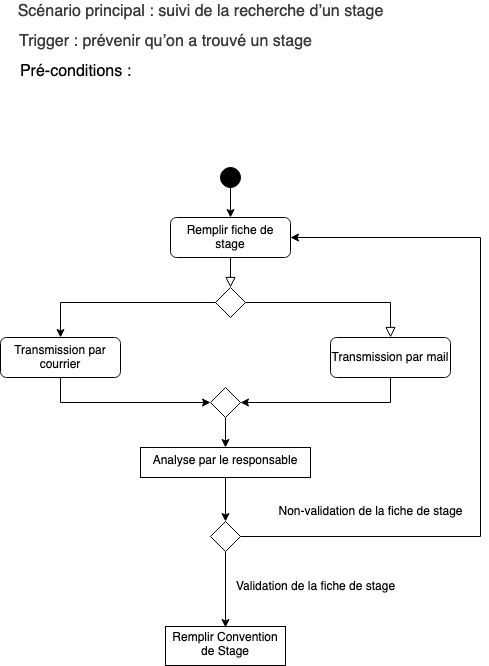
The draw.io diagram scenario.drawio.png in adamspd/outils-ingenierie, before a commit. Source tidied: cells renumbered, new cells last; positions are measured from the earlier drawing's top-left corner, leaving out a move shared by most shapes.
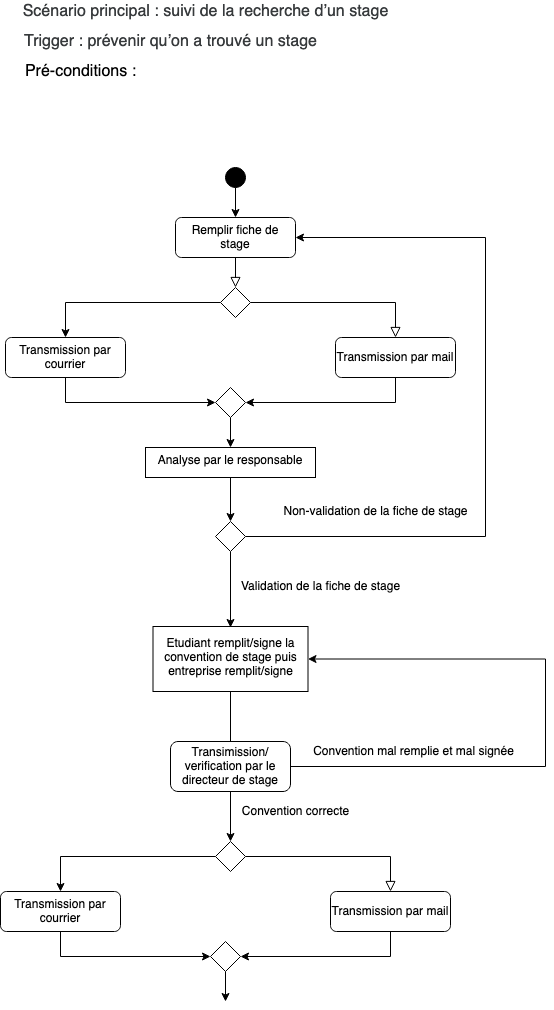
The same file after the commit.

Diff of the diagram source:
```diff
@@ -74,8 +74,8 @@
     <mxCell id="21" value="&lt;font size=&quot;3&quot;&gt;Pré-conditions : &lt;br&gt;&lt;/font&gt;" style="text;html=1;align=center;verticalAlign=middle;strokeColor=none;fillColor=none;" parent="1" vertex="1">
       <mxGeometry x="10" y="60" width="130" height="20" as="geometry" />
     </mxCell>
-    <mxCell id="22" value="Remplir Convention de Stage" style="whiteSpace=wrap;html=1;shadow=0;strokeWidth=1;spacing=6;spacingTop=-4;" parent="1" vertex="1">
-      <mxGeometry x="165" y="625" width="120" height="39" as="geometry" />
+    <mxCell id="22" value="Etudiant remplit/signe la convention de stage puis entreprise remplit/signe" style="whiteSpace=wrap;html=1;shadow=0;strokeWidth=1;spacing=6;spacingTop=-4;" parent="1" vertex="1">
+      <mxGeometry x="147.5" y="625" width="155" height="65" as="geometry" />
     </mxCell>
     <mxCell id="23" value="&lt;div&gt;Validation de la fiche de stage &lt;br&gt;&lt;/div&gt;" style="text;html=1;align=center;verticalAlign=middle;strokeColor=none;fillColor=none;" parent="1" vertex="1">
       <mxGeometry x="230" y="575" width="170" height="20" as="geometry" />
@@ -86,5 +86,64 @@
     <mxCell id="25" value="Analyse par le responsable" style="whiteSpace=wrap;html=1;shadow=0;strokeWidth=1;spacing=6;spacingTop=-4;" parent="1" vertex="1">
       <mxGeometry x="140" y="446" width="170" height="30" as="geometry" />
     </mxCell>
+    <mxCell id="26" style="edgeStyle=orthogonalEdgeStyle;rounded=0;orthogonalLoop=1;jettySize=auto;html=1;exitX=0.5;exitY=1;exitDx=0;exitDy=0;fontSize=12;" parent="1" edge="1">
+      <mxGeometry relative="1" as="geometry">
+        <mxPoint x="225" y="690" as="sourcePoint" />
+        <mxPoint x="225" y="750" as="targetPoint" />
+      </mxGeometry>
+    </mxCell>
+    <mxCell id="27" value="Convention mal remplie et mal signée" style="text;html=1;align=center;verticalAlign=middle;strokeColor=none;fillColor=none;fontSize=12;" parent="1" vertex="1">
+      <mxGeometry x="297.5" y="740" width="220" height="20" as="geometry" />
+    </mxCell>
+    <mxCell id="28" style="edgeStyle=orthogonalEdgeStyle;rounded=0;html=1;jettySize=auto;fontSize=11;endArrow=block;endFill=0;endSize=8;strokeWidth=1;shadow=0;labelBackgroundColor=none;" parent="1" edge="1" source="30" target="32">
+      <mxGeometry y="10" relative="1" as="geometry" />
+    </mxCell>
+    <mxCell id="29" style="edgeStyle=orthogonalEdgeStyle;rounded=0;jettySize=auto;html=1;entryX=0.5;entryY=0;entryDx=0;entryDy=0;" parent="1" edge="1" source="30" target="34">
+      <mxGeometry relative="1" as="geometry">
+        <Array as="points">
+          <mxPoint x="55" y="855" />
+        </Array>
+      </mxGeometry>
+    </mxCell>
+    <mxCell id="30" style="rhombus;whiteSpace=wrap;html=1;shadow=0;fontFamily=Helvetica;fontSize=12;align=center;strokeWidth=1;spacing=6;spacingTop=-4;" parent="1" vertex="1">
+      <mxGeometry x="210" y="840" width="30" height="30" as="geometry" />
+    </mxCell>
+    <mxCell id="31" style="edgeStyle=orthogonalEdgeStyle;rounded=0;jettySize=auto;html=1;exitX=0.5;exitY=1;exitDx=0;exitDy=0;entryX=1;entryY=0.5;entryDx=0;entryDy=0;" parent="1" edge="1" source="32" target="36">
+      <mxGeometry relative="1" as="geometry" />
+    </mxCell>
+    <mxCell id="32" value="Transmission par mail" style="rounded=1;whiteSpace=wrap;html=1;fontSize=12;glass=0;strokeWidth=1;shadow=0;" parent="1" vertex="1">
+      <mxGeometry x="325" y="890" width="120" height="40" as="geometry" />
+    </mxCell>
+    <mxCell id="33" style="edgeStyle=orthogonalEdgeStyle;rounded=0;jettySize=auto;html=1;exitX=0.5;exitY=1;exitDx=0;exitDy=0;entryX=0;entryY=0.5;entryDx=0;entryDy=0;" parent="1" edge="1" source="34" target="36">
+      <mxGeometry relative="1" as="geometry" />
+    </mxCell>
+    <mxCell id="34" value="Transmission par courrier" style="rounded=1;whiteSpace=wrap;html=1;fontSize=12;glass=0;strokeWidth=1;shadow=0;" parent="1" vertex="1">
+      <mxGeometry x="-5" y="890" width="120" height="40" as="geometry" />
+    </mxCell>
+    <mxCell id="35" style="edgeStyle=orthogonalEdgeStyle;rounded=0;jettySize=auto;html=1;fontSize=12;" parent="1" edge="1" source="36">
+      <mxGeometry relative="1" as="geometry">
+        <mxPoint x="220" y="1000" as="targetPoint" />
+      </mxGeometry>
+    </mxCell>
+    <mxCell id="36" style="rhombus;whiteSpace=wrap;html=1;shadow=0;fontFamily=Helvetica;fontSize=12;align=center;strokeWidth=1;spacing=6;spacingTop=-4;" parent="1" vertex="1">
+      <mxGeometry x="205" y="940" width="30" height="30" as="geometry" />
+    </mxCell>
+    <mxCell id="37" style="edgeStyle=orthogonalEdgeStyle;rounded=0;jettySize=auto;html=1;exitX=0.5;exitY=1;exitDx=0;exitDy=0;entryX=0.5;entryY=0;entryDx=0;entryDy=0;fontSize=12;" parent="1" edge="1" source="39" target="30">
+      <mxGeometry relative="1" as="geometry" />
+    </mxCell>
+    <mxCell id="38" style="edgeStyle=orthogonalEdgeStyle;rounded=0;jettySize=auto;html=1;exitX=1;exitY=0.5;exitDx=0;exitDy=0;fontSize=12;entryX=1;entryY=0.5;entryDx=0;entryDy=0;" parent="1" edge="1" source="39" target="22">
+      <mxGeometry relative="1" as="geometry">
+        <Array as="points">
+          <mxPoint x="540" y="765" />
+          <mxPoint x="540" y="658" />
+        </Array>
+      </mxGeometry>
+    </mxCell>
+    <mxCell id="39" value="Transimission/ verification par le directeur de stage" style="rounded=1;whiteSpace=wrap;html=1;fontSize=12;glass=0;strokeWidth=1;shadow=0;" parent="1" vertex="1">
+      <mxGeometry x="165" y="740" width="120" height="50" as="geometry" />
+    </mxCell>
+    <mxCell id="40" value="Convention correcte" style="text;html=1;align=center;verticalAlign=middle;strokeColor=none;fillColor=none;fontSize=12;" parent="1" vertex="1">
+      <mxGeometry x="230" y="800" width="120" height="20" as="geometry" />
+    </mxCell>
   </root>
 </mxGraphModel>
```
